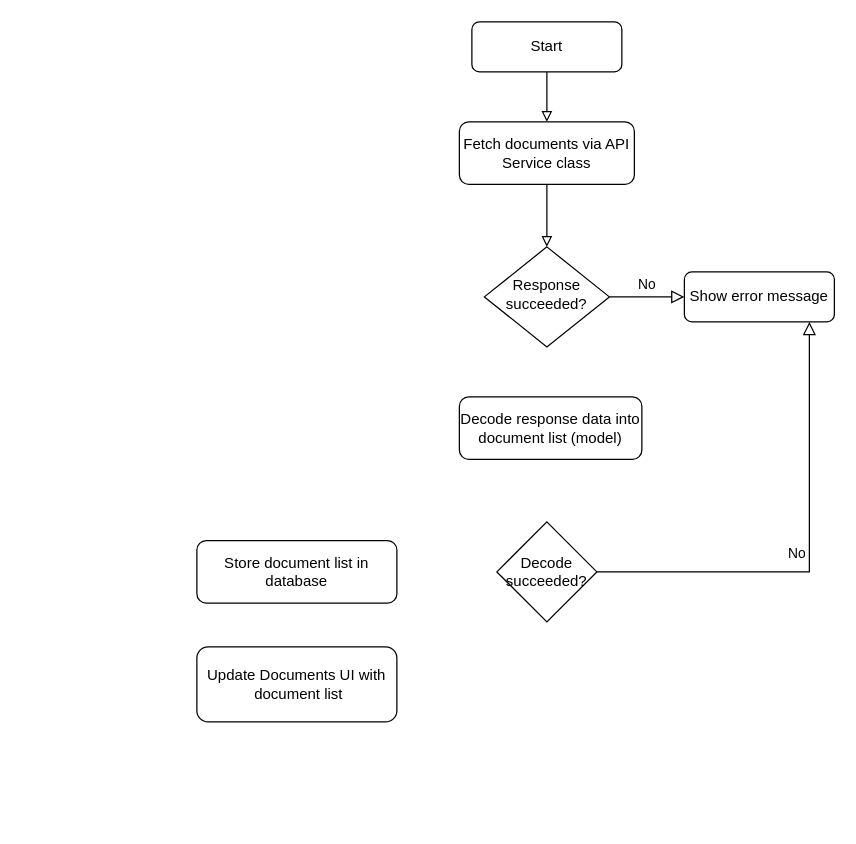
The draw.io diagram Fetch Documents Diagram.drawio in stevenhuynh/Diagrams, before the edit. Source tidied: cells renumbered, new cells numbered last; positions are measured from the earlier drawing's top-left corner, leaving out a move shared by most shapes. Both pictures are drawn from the tidied source at 125%, with x=0, y=0 at pixel (196, 21).
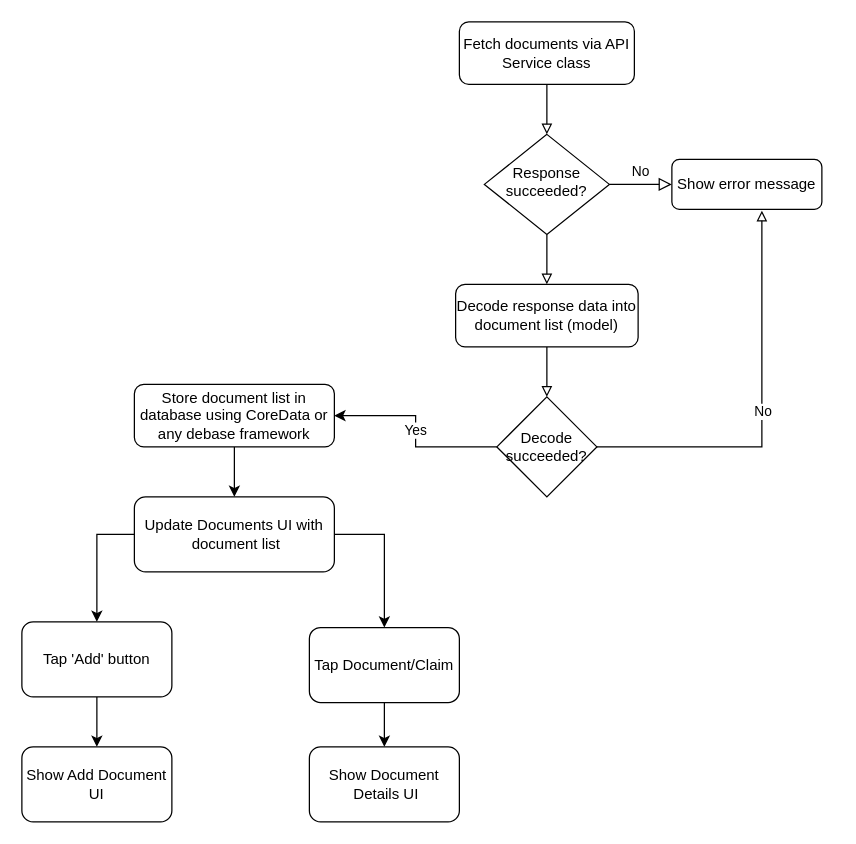
After the change.

What changed in the source:
```diff
@@
-    <mxCell id="2" value="Start&lt;br&gt;" style="rounded=1;whiteSpace=wrap;html=1;fontSize=12;glass=0;strokeWidth=1;shadow=0;" parent="1" vertex="1">
-      <mxGeometry x="220" width="120" height="40" as="geometry" />
-    </mxCell>
@@
+    <mxCell id="15" style="edgeStyle=orthogonalEdgeStyle;rounded=0;jettySize=auto;html=1;endArrow=block;endFill=0;" parent="1" edge="1" source="4" target="10">
+      <mxGeometry relative="1" as="geometry" />
+    </mxCell>
     <mxCell id="4" value="Response succeeded?" style="rhombus;whiteSpace=wrap;html=1;shadow=0;fontFamily=Helvetica;fontSize=12;align=center;strokeWidth=1;spacing=6;spacingTop=-4;" parent="1" vertex="1">
-      <mxGeometry x="230" y="180" width="100" height="80" as="geometry" />
+      <mxGeometry x="230" y="90" width="100" height="80" as="geometry" />
     </mxCell>
     <mxCell id="5" value="Show error message&lt;br&gt;" style="rounded=1;whiteSpace=wrap;html=1;fontSize=12;glass=0;strokeWidth=1;shadow=0;" parent="1" vertex="1">
-      <mxGeometry x="390" y="200" width="120" height="40" as="geometry" />
+      <mxGeometry x="380" y="110" width="120" height="40" as="geometry" />
     </mxCell>
     <mxCell id="6" value="Fetch documents via API Service class" style="rounded=1;whiteSpace=wrap;html=1;" parent="1" vertex="1">
-      <mxGeometry x="210" y="80" width="140" height="50" as="geometry" />
+      <mxGeometry x="210" width="140" height="50" as="geometry" />
     </mxCell>
@@
-    <mxCell id="8" style="endArrow=block;html=1;rounded=0;exitX=0.5;exitY=1;exitDx=0;exitDy=0;entryX=0.5;entryY=0;entryDx=0;entryDy=0;endFill=0;" parent="1" edge="1" source="2" target="6">
-      <mxGeometry relative="1" as="geometry" />
-    </mxCell>
@@
+    <mxCell id="16" style="edgeStyle=orthogonalEdgeStyle;rounded=0;jettySize=auto;html=1;exitX=0.5;exitY=1;exitDx=0;exitDy=0;entryX=0.5;entryY=0;entryDx=0;entryDy=0;endArrow=block;endFill=0;" parent="1" edge="1" source="10" target="12">
+      <mxGeometry relative="1" as="geometry" />
+    </mxCell>
     <mxCell id="10" value="Decode response data into document list (model)" style="rounded=1;whiteSpace=wrap;html=1;" parent="1" vertex="1">
-      <mxGeometry x="210" y="300" width="146" height="50" as="geometry" />
+      <mxGeometry x="207" y="210" width="146" height="50" as="geometry" />
     </mxCell>
+    <mxCell id="17" value="Yes" style="edgeStyle=orthogonalEdgeStyle;rounded=0;jettySize=auto;html=1;exitX=0;exitY=0.5;exitDx=0;exitDy=0;entryX=1;entryY=0.5;entryDx=0;entryDy=0;" parent="1" edge="1" source="12" target="13">
+      <mxGeometry relative="1" as="geometry" />
+    </mxCell>
+    <mxCell id="12" value="Decode succeeded?" style="rhombus;whiteSpace=wrap;html=1;" parent="1" vertex="1">
+      <mxGeometry x="240" y="300" width="80" height="80" as="geometry" />
+    </mxCell>
+    <mxCell id="18" style="edgeStyle=orthogonalEdgeStyle;rounded=0;jettySize=auto;html=1;exitX=0.5;exitY=1;exitDx=0;exitDy=0;entryX=0.5;entryY=0;entryDx=0;entryDy=0;" parent="1" edge="1" source="13" target="14">
+      <mxGeometry relative="1" as="geometry" />
+    </mxCell>
+    <mxCell id="13" value="Store document list in database using CoreData or any debase framework" style="rounded=1;whiteSpace=wrap;html=1;" parent="1" vertex="1">
+      <mxGeometry x="-50" y="290" width="160" height="50" as="geometry" />
+    </mxCell>
+    <mxCell id="19" style="edgeStyle=orthogonalEdgeStyle;rounded=0;jettySize=auto;html=1;exitX=0;exitY=0.5;exitDx=0;exitDy=0;entryX=0.5;entryY=0;entryDx=0;entryDy=0;" parent="1" edge="1" source="14" target="22">
+      <mxGeometry relative="1" as="geometry" />
+    </mxCell>
+    <mxCell id="20" style="edgeStyle=orthogonalEdgeStyle;rounded=0;jettySize=auto;html=1;exitX=1;exitY=0.5;exitDx=0;exitDy=0;" parent="1" edge="1" source="14" target="25">
+      <mxGeometry relative="1" as="geometry" />
+    </mxCell>
+    <mxCell id="14" value="Update Documents UI with &amp;nbsp;document list" style="rounded=1;whiteSpace=wrap;html=1;" parent="1" vertex="1">
+      <mxGeometry x="-50" y="380" width="160" height="60" as="geometry" />
+    </mxCell>
+    <mxCell id="21" style="edgeStyle=orthogonalEdgeStyle;rounded=0;jettySize=auto;html=1;exitX=0.5;exitY=1;exitDx=0;exitDy=0;entryX=0.5;entryY=0;entryDx=0;entryDy=0;" parent="1" edge="1" source="22" target="23">
+      <mxGeometry relative="1" as="geometry" />
+    </mxCell>
+    <mxCell id="22" value="Tap 'Add' button" style="rounded=1;whiteSpace=wrap;html=1;" parent="1" vertex="1">
+      <mxGeometry x="-140" y="480" width="120" height="60" as="geometry" />
+    </mxCell>
+    <mxCell id="23" value="Show Add Document UI" style="rounded=1;whiteSpace=wrap;html=1;" parent="1" vertex="1">
+      <mxGeometry x="-140" y="580" width="120" height="60" as="geometry" />
+    </mxCell>
+    <mxCell id="24" style="edgeStyle=orthogonalEdgeStyle;rounded=0;jettySize=auto;html=1;exitX=0.5;exitY=1;exitDx=0;exitDy=0;entryX=0.5;entryY=0;entryDx=0;entryDy=0;" parent="1" edge="1" source="25" target="26">
+      <mxGeometry relative="1" as="geometry" />
+    </mxCell>
+    <mxCell id="25" value="Tap Document/Claim" style="rounded=1;whiteSpace=wrap;html=1;" parent="1" vertex="1">
+      <mxGeometry x="90" y="484.5" width="120" height="60" as="geometry" />
+    </mxCell>
+    <mxCell id="26" value="Show Document &amp;nbsp;Details UI" style="rounded=1;whiteSpace=wrap;html=1;" parent="1" vertex="1">
+      <mxGeometry x="90" y="580" width="120" height="60" as="geometry" />
+    </mxCell>
+    <mxCell id="27" style="endArrow=block;html=1;rounded=0;exitX=1;exitY=0.5;exitDx=0;exitDy=0;entryX=0.6;entryY=1.025;entryDx=0;entryDy=0;entryPerimeter=0;endFill=0;" parent="1" edge="1" source="12" target="5">
+      <mxGeometry relative="1" as="geometry">
+        <Array as="points">
+          <mxPoint x="452" y="340" />
+        </Array>
+      </mxGeometry>
+    </mxCell>
-    <mxCell id="11" value="No" style="edgeStyle=orthogonalEdgeStyle;rounded=0;html=1;jettySize=auto;fontSize=11;endArrow=block;endFill=0;endSize=8;strokeWidth=1;shadow=0;labelBackgroundColor=none;exitX=1;exitY=0.5;exitDx=0;exitDy=0;" parent="1" edge="1" source="12">
-      <mxGeometry y="10" relative="1" as="geometry">
-        <mxPoint x="490" y="240" as="targetPoint" />
-        <Array as="points">
-          <mxPoint x="490" y="440" />
-        </Array>
-      </mxGeometry>
+    <mxCell id="11" value="No" style="edgeLabel;html=1;align=center;verticalAlign=middle;" parent="27" vertex="1">
+      <mxGeometry relative="1" as="geometry" />
     </mxCell>
-    <mxCell id="12" value="Decode succeeded?" style="rhombus;whiteSpace=wrap;html=1;" parent="1" vertex="1">
-      <mxGeometry x="240" y="400" width="80" height="80" as="geometry" />
-    </mxCell>
-    <mxCell id="13" value="Store document list in database" style="rounded=1;whiteSpace=wrap;html=1;" parent="1" vertex="1">
-      <mxGeometry y="415" width="160" height="50" as="geometry" />
-    </mxCell>
-    <mxCell id="14" value="Update Documents UI with &amp;nbsp;document list" style="rounded=1;whiteSpace=wrap;html=1;" parent="1" vertex="1">
-      <mxGeometry y="500" width="160" height="60" as="geometry" />
-    </mxCell>
```
